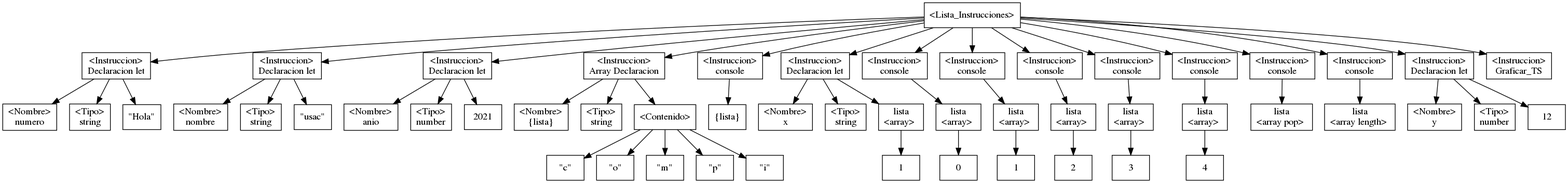
Earlier version of the Graphviz export out/ast.png (bmoisesg/AST). Its source is kept beside it as out/ast.dot.
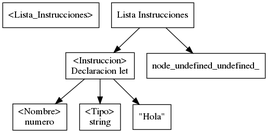
After the commit.

Commit message:
excluir la ejecucion de una instruccion error sintactico

Change to the diagram source:
```diff
@@ -1,128 +1,13 @@
 digraph G {
 node[shape=box];nodeOriginal[label="<\Lista_Instrucciones\>"];
-        node_2_5_[label="\<Instruccion\>\nDeclaracion let"];
-        node_2_5_1[label="\<Nombre\>\nnumero"];
-        node_2_5_2[label="\<Tipo\>\nstring"];
-        node_2_5_->node_2_5_1
-        node_2_5_->node_2_5_2
-        node_2_5_->
-        node_2_29_;
-        node_2_29_[label="\"Hola\""];nodeOriginal->node_2_5_;
+        node_1_1_[label="Lista Instrucciones"];
+        node_1_1_->node_3_5_;
         node_3_5_[label="\<Instruccion\>\nDeclaracion let"];
-        node_3_5_1[label="\<Nombre\>\nnombre"];
+        node_3_5_1[label="\<Nombre\>\nnumero"];
         node_3_5_2[label="\<Tipo\>\nstring"];
         node_3_5_->node_3_5_1
         node_3_5_->node_3_5_2
         node_3_5_->
-        node_3_30_;
-        node_3_30_[label="\"usac\""];nodeOriginal->node_3_5_;
-        node_4_5_[label="\<Instruccion\>\nDeclaracion let"];
-        node_4_5_1[label="\<Nombre\>\nanio"];
-        node_4_5_2[label="\<Tipo\>\nnumber"];
-        node_4_5_->node_4_5_1
-        node_4_5_->node_4_5_2
-        node_4_5_->
-        node_4_24_;
-        node_4_24_[label="2021"];nodeOriginal->node_4_5_;
-        node_5_5_[label="\<Instruccion\>\nArray Declaracion"];
-        node_5_5_1[label="\<Nombre\>\n{lista}"];
-        node_5_5_2[label="\<Tipo\>\nstring"];
-        node_5_5_3[label="\<Contenido\>"];
-        node_5_5_->node_5_5_1;
-        node_5_5_->node_5_5_2;
-        node_5_5_->node_5_5_3;
-
-            node_5_5_3->
-        node_5_28_;
-        node_5_28_[label="\"c\""];
-
-            node_5_5_3->
-        node_5_32_;
-        node_5_32_[label="\"o\""];
-
-            node_5_5_3->
-        node_5_36_;
-        node_5_36_[label="\"m\""];
-
-            node_5_5_3->
-        node_5_40_;
-        node_5_40_[label="\"p\""];
-
-            node_5_5_3->
-        node_5_44_;
-        node_5_44_[label="\"i\""];
-            nodeOriginal->node_5_5_;
-        node_6_5_[label="\<Instruccion\>\nconsole"];node_6_5_->
-        node_6_17_;
-        node_6_17_[label="{lista}"];
-        nodeOriginal->node_6_5_;
-        node_7_5_[label="\<Instruccion\>\nDeclaracion let"];
-        node_7_5_1[label="\<Nombre\>\nx"];
-        node_7_5_2[label="\<Tipo\>\nstring"];
-        node_7_5_->node_7_5_1
-        node_7_5_->node_7_5_2
-        node_7_5_->
-            node_7_19_;
-            node_7_19_[label="lista\n<\array\> "];
-            node_7_19_
-            node_7_19_->
-        node_7_25_;
-        node_7_25_[label="1"];
-            nodeOriginal->node_7_5_;
-        node_8_5_[label="\<Instruccion\>\nconsole"];node_8_5_->
-            node_8_17_;
-            node_8_17_[label="lista\n<\array\> "];
-            node_8_17_
-            node_8_17_->
-        node_8_23_;
-        node_8_23_[label="0"];
-            nodeOriginal->node_8_5_;
-        node_9_5_[label="\<Instruccion\>\nconsole"];node_9_5_->
-            node_9_17_;
-            node_9_17_[label="lista\n<\array\> "];
-            node_9_17_
-            node_9_17_->
-        node_9_23_;
-        node_9_23_[label="1"];
-            nodeOriginal->node_9_5_;
-        node_10_5_[label="\<Instruccion\>\nconsole"];node_10_5_->
-            node_10_17_;
-            node_10_17_[label="lista\n<\array\> "];
-            node_10_17_
-            node_10_17_->
-        node_10_23_;
-        node_10_23_[label="2"];
-            nodeOriginal->node_10_5_;
-        node_11_5_[label="\<Instruccion\>\nconsole"];node_11_5_->
-            node_11_17_;
-            node_11_17_[label="lista\n<\array\> "];
-            node_11_17_
-            node_11_17_->
-        node_11_23_;
-        node_11_23_[label="3"];
-            nodeOriginal->node_11_5_;
-        node_12_5_[label="\<Instruccion\>\nconsole"];node_12_5_->
-            node_12_17_;
-            node_12_17_[label="lista\n<\array\> "];
-            node_12_17_
-            node_12_17_->
-        node_12_23_;
-        node_12_23_[label="4"];
-            nodeOriginal->node_12_5_;
-        node_13_5_[label="\<Instruccion\>\nconsole"];node_13_5_->
-            node_13_17_;
-            node_13_17_[label="lista\n<\array pop\> "];
-            nodeOriginal->node_13_5_;
-        node_14_5_[label="\<Instruccion\>\nconsole"];node_14_5_->
-            node_14_17_;
-            node_14_17_[label="lista\n<\array length\> "];
-            nodeOriginal->node_14_5_;
-        node_15_5_[label="\<Instruccion\>\nDeclaracion let"];
-        node_15_5_1[label="\<Nombre\>\ny"];
-        node_15_5_2[label="\<Tipo\>\nnumber"];
-        node_15_5_->node_15_5_1
-        node_15_5_->node_15_5_2
-        node_15_5_->
-        node_15_18_;
-        node_15_18_[label="12"];nodeOriginal->node_15_5_;node_16_5_[label="\<Instruccion\>\nGraficar_TS"];nodeOriginal->node_16_5_;
+        node_3_29_;
+        node_3_29_[label="\"Hola\""];node_1_1_->node_undefined_undefined_;
 }
```
